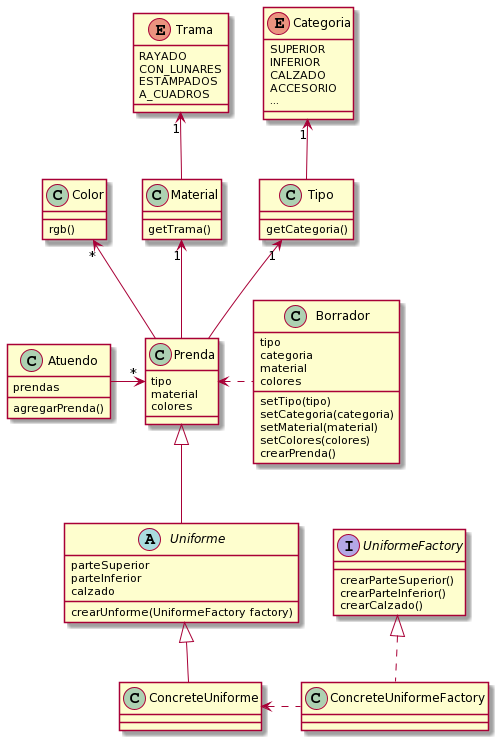
Above: QMP2/diagrama.png in igonzalezmartin/QMP1 (PlantUML), before the change.
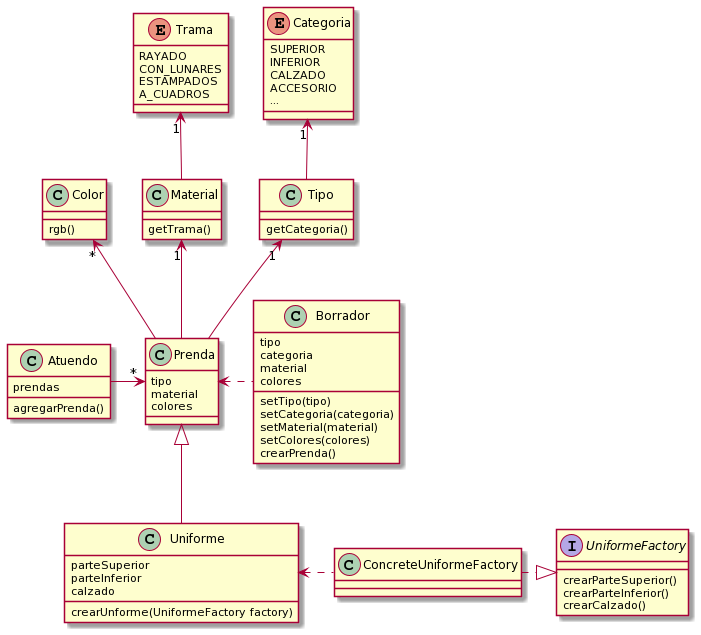
The same diagram one commit later.

Change to the diagram source:
```diff
@@ -51,7 +51,7 @@
 }
 
 
-abstract class Uniforme {
+class Uniforme {
     parteSuperior
     parteInferior
     calzado
@@ -64,10 +64,6 @@
     crearCalzado()
 }
 
-class ConcreteUniforme{
-
-}
-
 Atuendo -> "*" Prenda
 Borrador .left.> Prenda
 Prenda -up-> "1" Tipo
@@ -77,7 +73,6 @@
 Prenda -up-> "*" Color
 
 Uniforme -up-|> Prenda
-ConcreteUniforme -up-|> Uniforme
-ConcreteUniformeFactory .left.> ConcreteUniforme
-ConcreteUniformeFactory .up.|> UniformeFactory
+ConcreteUniformeFactory .left.> Uniforme
+ConcreteUniformeFactory .right.|> UniformeFactory
 @enduml
```
